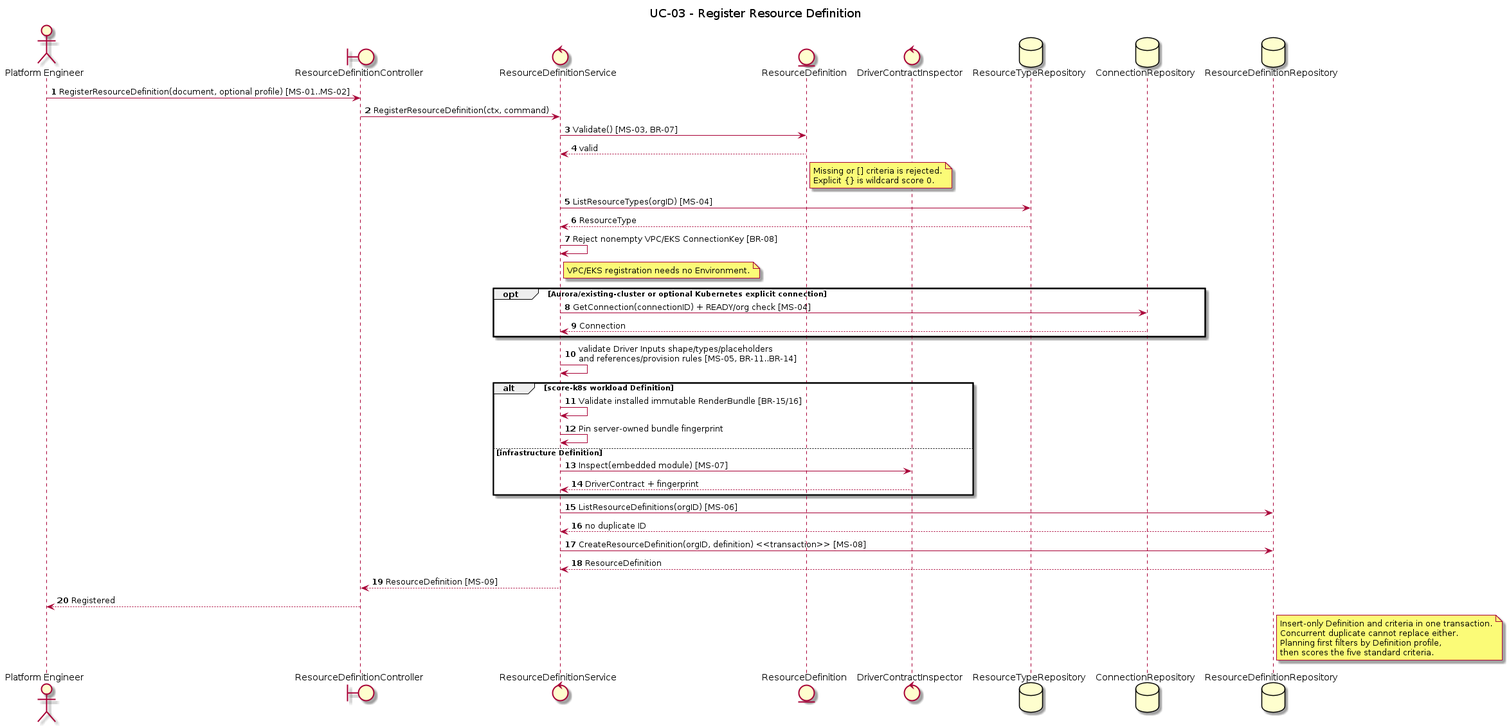
The PlantUML diagram orchestrator_docs/usecase/UC-03/sequence.png in pr3s3nt/poc, before a commit. Its source is kept beside it as orchestrator_docs/usecase/UC-03/sequence.puml.
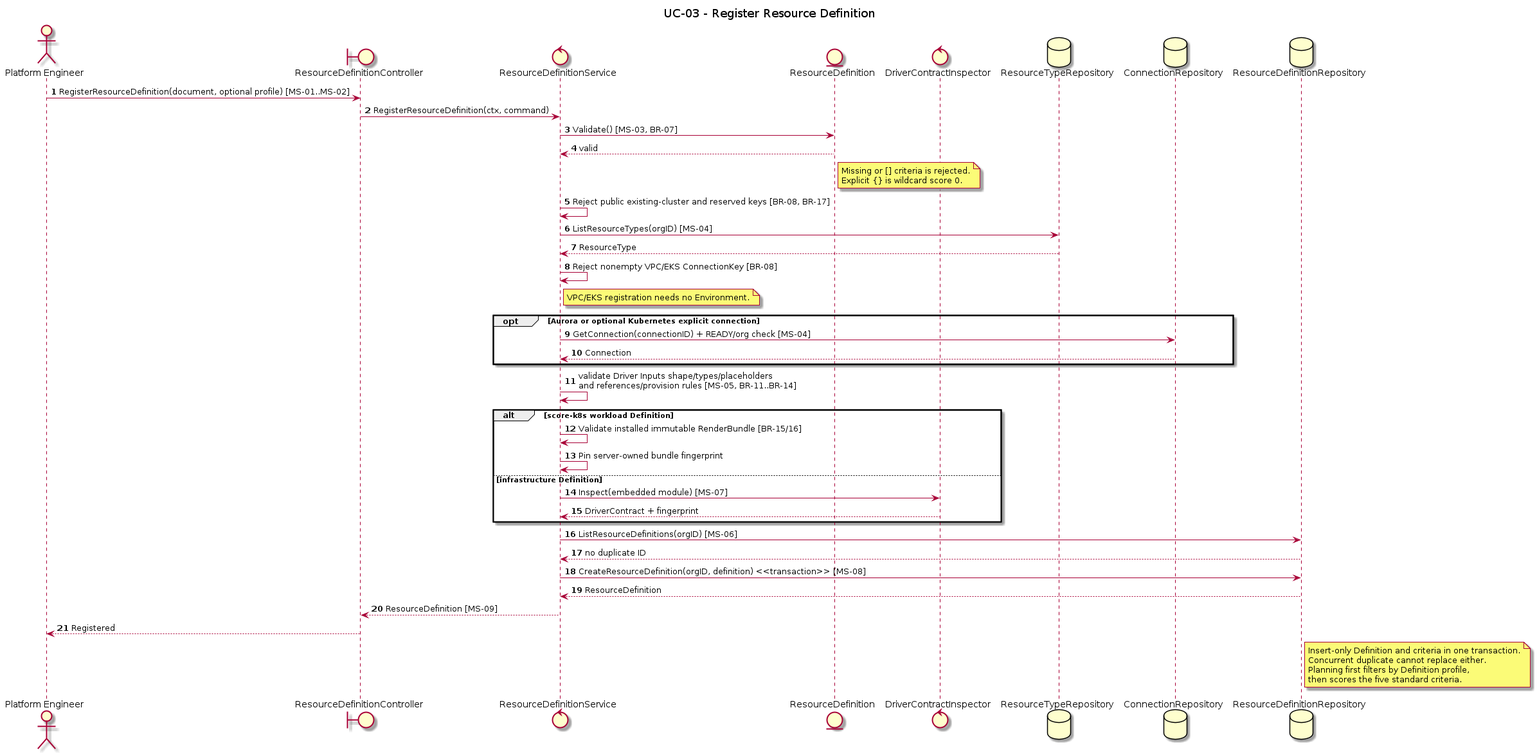
After the commit.

Change to the diagram source:
```diff
@@ -18,11 +18,12 @@
 Missing or [] criteria is rejected.
 Explicit {} is wildcard score 0.
 end note
+Service -> Service: Reject public existing-cluster and reserved keys [BR-08, BR-17]
 Service -> TypeRepo: ListResourceTypes(orgID) [MS-04]
 TypeRepo --> Service: ResourceType
 Service -> Service: Reject nonempty VPC/EKS ConnectionKey [BR-08]
 note right of Service: VPC/EKS registration needs no Environment.
-opt Aurora/existing-cluster or optional Kubernetes explicit connection
+opt Aurora or optional Kubernetes explicit connection
 Service -> ConnectionRepo: GetConnection(connectionID) + READY/org check [MS-04]
 ConnectionRepo --> Service: Connection
 end
```
